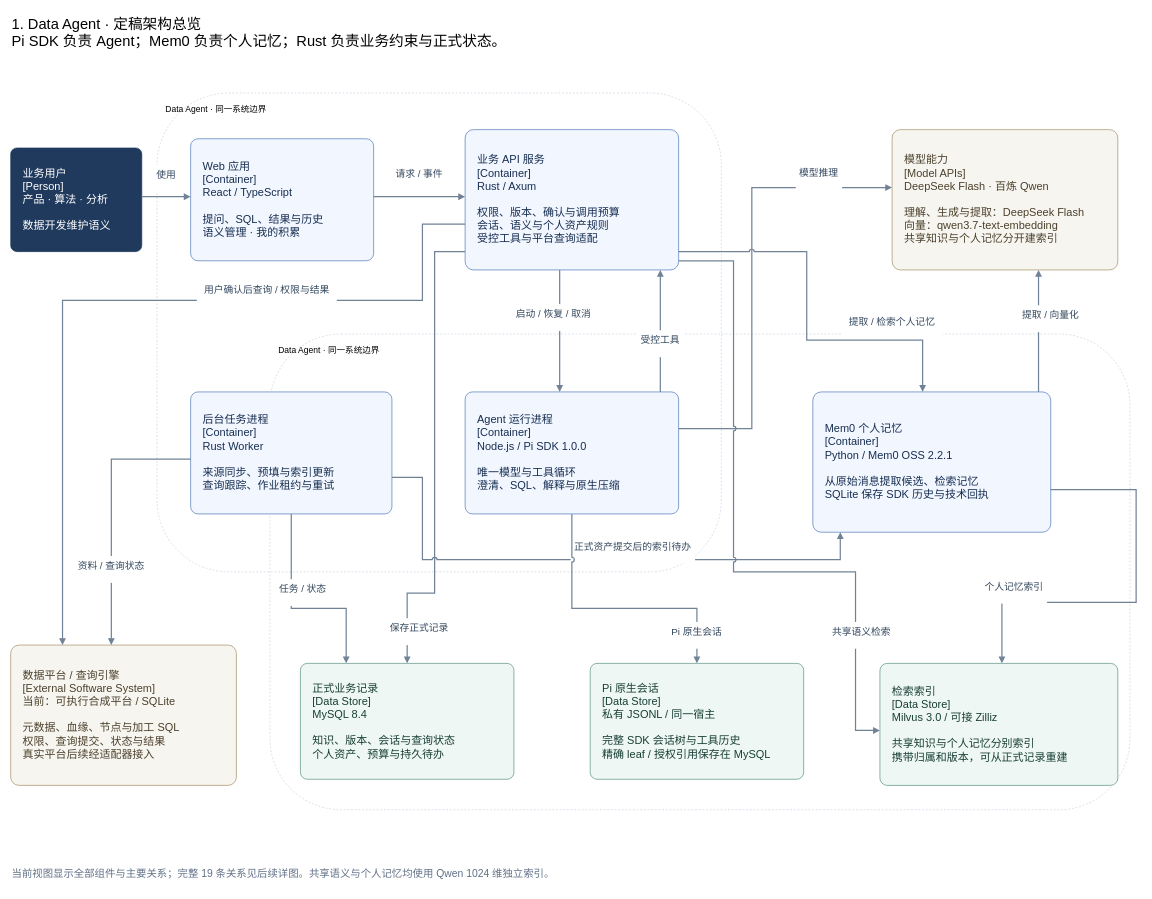
Before: page "Data Agent · 定稿架构总览" (1 of 4) of docs/architecture/data-agent-c4-container.drawio in yaoziyaoguai/data_agent, a draw.io diagram. Source tidied: cells renumbered, new cells numbered last; positions are measured from the earlier drawing's top-left corner, leaving out a move shared by most shapes. Both pictures are drawn from the tidied source at 61%, with x=0, y=0 at pixel (10, 10).
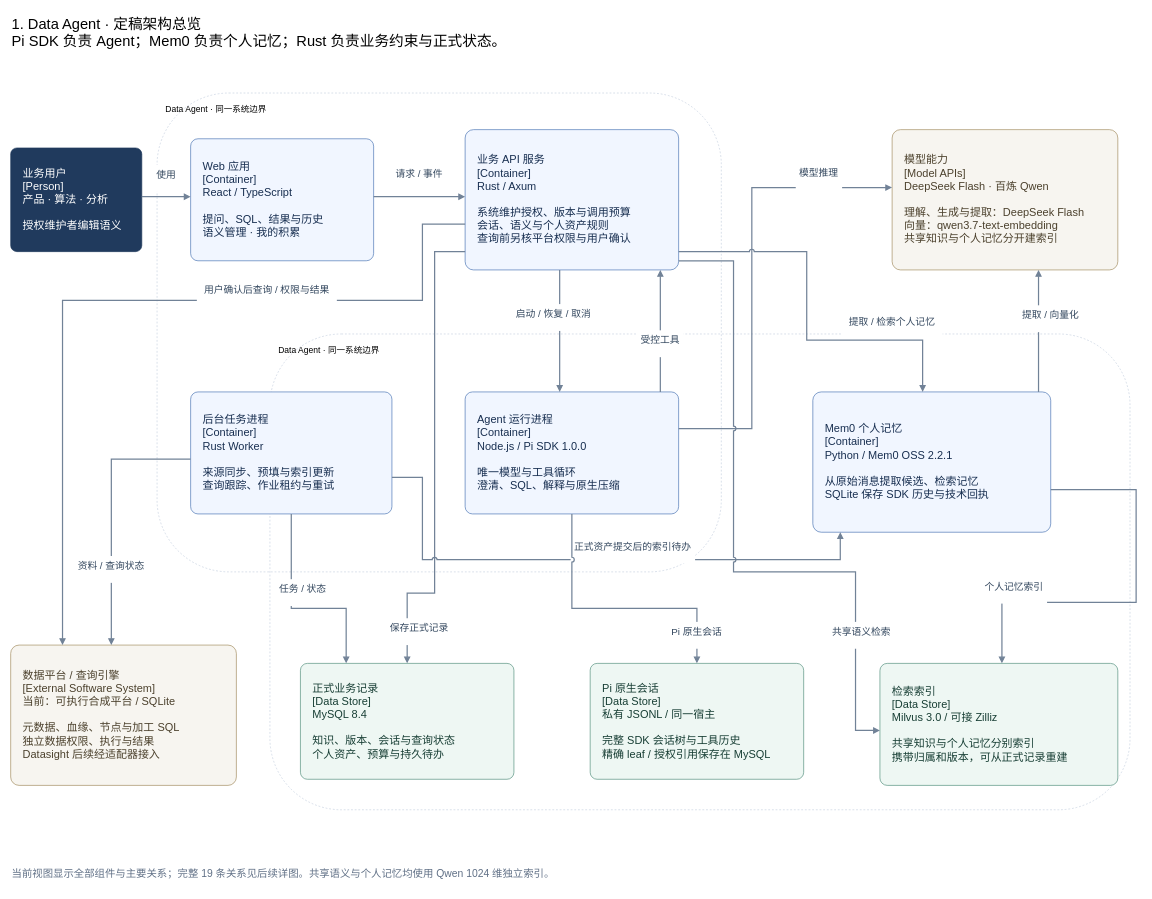
The same page after the edit.

What changed in the source:
```diff
@@
-    <mxCell id="5" value="业务用户&#10;[Person]&#10;产品 · 算法 · 分析&#10;&#10;数据开发维护语义" style="rounded=1;arcSize=6;whiteSpace=wrap;html=0;fillColor=#203a5d;strokeColor=#203a5d;fontColor=#ffffff;fontSize=18;fontFamily=PingFang SC;align=left;spacing=20;" parent="1" vertex="1">
+    <mxCell id="5" value="业务用户&#10;[Person]&#10;产品 · 算法 · 分析&#10;&#10;授权维护者编辑语义" style="rounded=1;arcSize=6;whiteSpace=wrap;html=0;fillColor=#203a5d;strokeColor=#203a5d;fontColor=#ffffff;fontSize=18;fontFamily=PingFang SC;align=left;spacing=20;" parent="1" vertex="1">
       <mxGeometry y="225" width="215" height="170" as="geometry" />
     </mxCell>
@@
-    <mxCell id="7" value="业务 API 服务&#10;[Container]&#10;Rust / Axum&#10;&#10;权限、版本、确认与调用预算&#10;会话、语义与个人资产规则&#10;受控工具与平台查询适配" style="rounded=1;arcSize=6;whiteSpace=wrap;html=0;fillColor=#f1f6ff;strokeColor=#3866ac;fontColor=#172e50;fontSize=18;fontFamily=PingFang SC;align=left;spacing=20;" parent="1" vertex="1">
+    <mxCell id="7" value="业务 API 服务&#10;[Container]&#10;Rust / Axum&#10;&#10;系统维护授权、版本与调用预算&#10;会话、语义与个人资产规则&#10;查询前另核平台权限与用户确认" style="rounded=1;arcSize=6;whiteSpace=wrap;html=0;fillColor=#f1f6ff;strokeColor=#3866ac;fontColor=#172e50;fontSize=18;fontFamily=PingFang SC;align=left;spacing=20;" parent="1" vertex="1">
       <mxGeometry x="745" y="195" width="350" height="230" as="geometry" />
     </mxCell>
@@
-    <mxCell id="12" value="数据平台 / 查询引擎&#10;[External Software System]&#10;当前：可执行合成平台 / SQLite&#10;&#10;元数据、血缘、节点与加工 SQL&#10;权限、查询提交、状态与结果&#10;真实平台后续经适配器接入" style="rounded=1;arcSize=6;whiteSpace=wrap;html=0;fillColor=#f7f5f0;strokeColor=#9a8050;fontColor=#4b402c;fontSize=18;fontFamily=PingFang SC;align=left;spacing=20;" parent="1" vertex="1">
+    <mxCell id="12" value="数据平台 / 查询引擎&#10;[External Software System]&#10;当前：可执行合成平台 / SQLite&#10;&#10;元数据、血缘、节点与加工 SQL&#10;独立数据权限、执行与结果&#10;Datasight 后续经适配器接入" style="rounded=1;arcSize=6;whiteSpace=wrap;html=0;fillColor=#f7f5f0;strokeColor=#9a8050;fontColor=#4b402c;fontSize=18;fontFamily=PingFang SC;align=left;spacing=20;" parent="1" vertex="1">
       <mxGeometry y="1040" width="370" height="230" as="geometry" />
     </mxCell>
```
